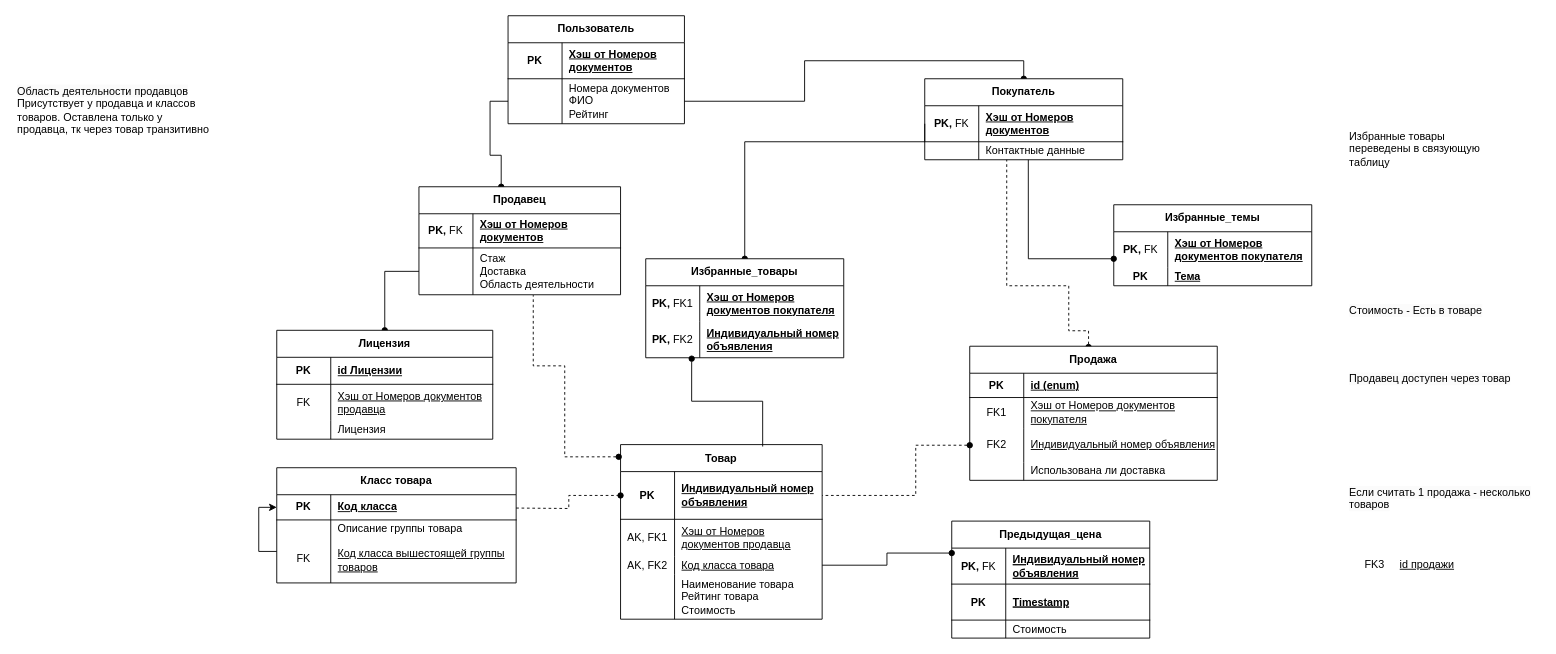
Above: page "Страница — 3" (3 of 3) of Диаграмма без названия.drawio in Djuckman/Compilers2 (draw.io), before the change. Source tidied: cells renumbered, new cells numbered last; positions are measured from the earlier drawing's top-left corner, leaving out a move shared by most shapes. Both pictures are drawn from the tidied source at 90%, with x=0, y=0 at pixel (15, 15).
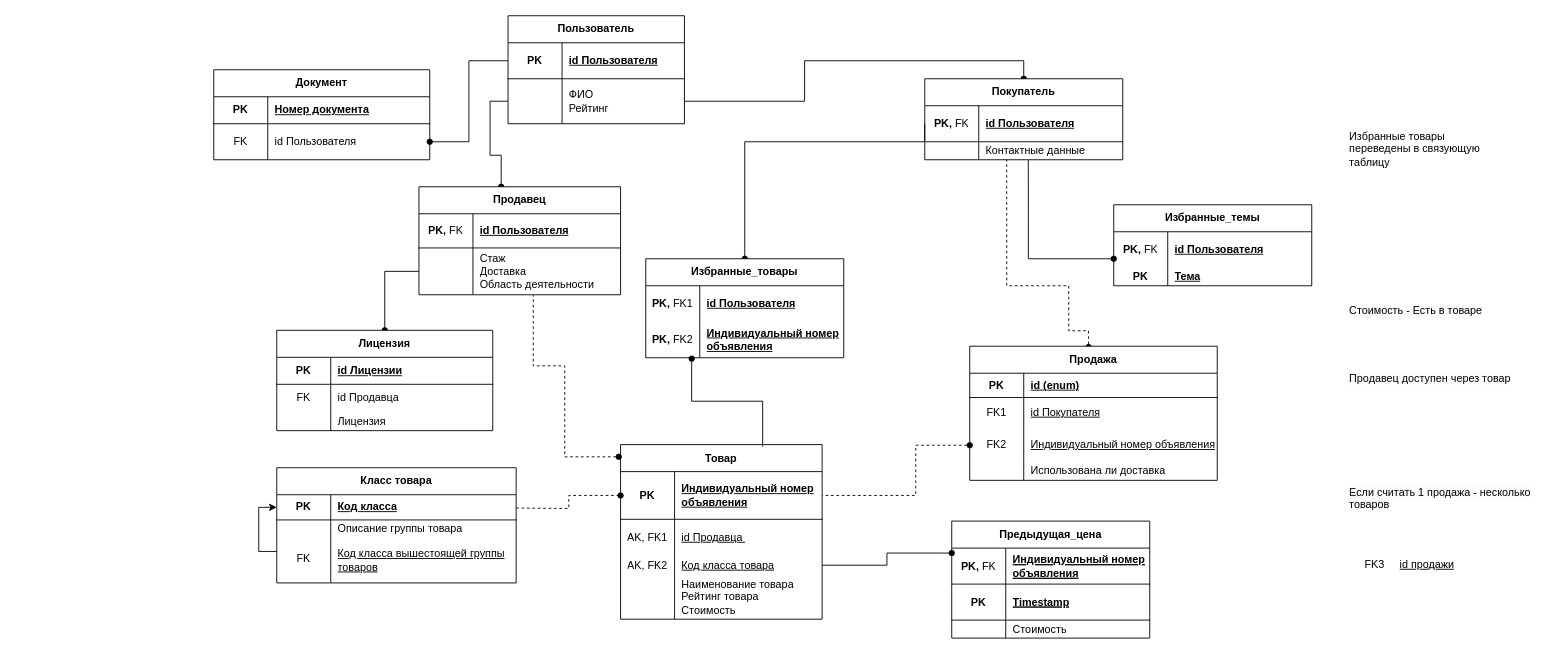
The same page after the edit.

The change refers to these unchanged cells:
```xml
<mxCell id="3" style="shape=tableRow;horizontal=0;startSize=0;swimlaneHead=0;swimlaneBody=0;fillColor=none;points=[[0,0.5],[1,0.5]];portConstraint=eastwest;top=0;left=0;right=0;bottom=1;html=1;" parent="2" vertex="1">
  <mxGeometry y="30" width="196" height="40" as="geometry" />
</mxCell>
<mxCell id="6" style="shape=tableRow;horizontal=0;startSize=0;swimlaneHead=0;swimlaneBody=0;fillColor=none;points=[[0,0.5],[1,0.5]];portConstraint=eastwest;top=0;left=0;right=0;bottom=0;html=1;" parent="2" vertex="1">
  <mxGeometry y="70" width="196" height="50" as="geometry" />
</mxCell>
<mxCell id="19" style="shape=tableRow;horizontal=0;startSize=0;swimlaneHead=0;swimlaneBody=0;fillColor=none;top=0;left=0;right=0;bottom=0;html=1;" parent="15" vertex="1">
  <mxGeometry y="83" width="224" height="41" as="geometry" />
</mxCell>
<mxCell id="38" style="shape=tableRow;horizontal=0;startSize=0;swimlaneHead=0;swimlaneBody=0;fillColor=none;top=0;left=0;right=0;bottom=1;html=1;" parent="37" vertex="1">
  <mxGeometry y="30" width="224" height="38" as="geometry" />
</mxCell>
<mxCell id="45" style="shape=tableRow;horizontal=0;startSize=0;swimlaneHead=0;swimlaneBody=0;fillColor=none;points=[[0,0.5],[1,0.5]];portConstraint=eastwest;top=0;left=0;right=0;bottom=1;html=1;" parent="44" vertex="1">
  <mxGeometry y="30" width="220" height="40" as="geometry" />
</mxCell>
<mxCell id="56" style="shape=tableRow;horizontal=0;startSize=0;swimlaneHead=0;swimlaneBody=0;fillColor=none;top=0;left=0;right=0;bottom=0;html=1;" parent="52" vertex="1">
  <mxGeometry y="57" width="275" height="34" as="geometry" />
</mxCell>
<mxCell id="69" style="shape=tableRow;horizontal=0;startSize=0;swimlaneHead=0;swimlaneBody=0;fillColor=none;top=0;left=0;right=0;bottom=0;html=1;" parent="68" vertex="1">
  <mxGeometry y="30" width="220" height="40" as="geometry" />
</mxCell>
<mxCell id="78" style="shape=tableRow;horizontal=0;startSize=0;swimlaneHead=0;swimlaneBody=0;fillColor=none;top=0;left=0;right=0;bottom=0;html=1;" parent="77" vertex="1">
  <mxGeometry y="30" width="220" height="40" as="geometry" />
</mxCell>
```

The edit, as a diff of the source:
```diff
@@
-    <mxCell id="5" value="Хэш от Номеров документов" style="shape=partialRectangle;fillColor=none;top=0;left=0;bottom=0;right=0;align=left;spacingLeft=6;fontStyle=5;overflow=hidden;html=1;whiteSpace=wrap;" parent="3" vertex="1">
+    <mxCell id="5" value="id Пользователя" style="shape=partialRectangle;fillColor=none;top=0;left=0;bottom=0;right=0;align=left;spacingLeft=6;fontStyle=5;overflow=hidden;html=1;whiteSpace=wrap;" parent="3" vertex="1">
       <mxGeometry x="60" width="136" height="40" as="geometry" />
     </mxCell>
@@
-    <mxCell id="8" value="&lt;div&gt;Номера документов&lt;/div&gt;&lt;div&gt;ФИО&lt;/div&gt;Рейтинг" style="shape=partialRectangle;fillColor=none;top=0;left=0;bottom=0;right=0;align=left;spacingLeft=6;overflow=hidden;html=1;whiteSpace=wrap;" parent="6" vertex="1">
+    <mxCell id="8" value="&lt;div&gt;&lt;span style=&quot;background-color: initial;&quot;&gt;ФИО&lt;/span&gt;&lt;br&gt;&lt;/div&gt;Рейтинг" style="shape=partialRectangle;fillColor=none;top=0;left=0;bottom=0;right=0;align=left;spacingLeft=6;overflow=hidden;html=1;whiteSpace=wrap;" parent="6" vertex="1">
       <mxGeometry x="60" width="136" height="50" as="geometry" />
     </mxCell>
@@
-    <mxCell id="21" value="&lt;span style=&quot;text-decoration-line: underline;&quot;&gt;Хэш от Номеров документов продавца&lt;/span&gt;" style="shape=partialRectangle;fillColor=none;top=0;left=0;bottom=0;right=0;align=left;spacingLeft=6;overflow=hidden;html=1;whiteSpace=wrap;" parent="19" vertex="1">
+    <mxCell id="21" value="&lt;u&gt;id Продавца&amp;nbsp;&lt;/u&gt;" style="shape=partialRectangle;fillColor=none;top=0;left=0;bottom=0;right=0;align=left;spacingLeft=6;overflow=hidden;html=1;whiteSpace=wrap;" parent="19" vertex="1">
       <mxGeometry x="60" width="164" height="41" as="geometry" />
     </mxCell>
@@
-    <mxCell id="40" value="Хэш от Номеров документов" style="shape=partialRectangle;fillColor=none;top=0;left=0;bottom=0;right=0;align=left;spacingLeft=6;fontStyle=5;overflow=hidden;html=1;whiteSpace=wrap;" parent="38" vertex="1">
+    <mxCell id="40" value="id Пользователя" style="shape=partialRectangle;fillColor=none;top=0;left=0;bottom=0;right=0;align=left;spacingLeft=6;fontStyle=5;overflow=hidden;html=1;whiteSpace=wrap;" parent="38" vertex="1">
       <mxGeometry x="60" width="164" height="38" as="geometry" />
     </mxCell>
@@
-    <mxCell id="47" value="Хэш от Номеров документов" style="shape=partialRectangle;fillColor=none;top=0;left=0;bottom=0;right=0;align=left;spacingLeft=6;fontStyle=5;overflow=hidden;html=1;whiteSpace=wrap;" parent="45" vertex="1">
+    <mxCell id="47" value="id Пользователя" style="shape=partialRectangle;fillColor=none;top=0;left=0;bottom=0;right=0;align=left;spacingLeft=6;fontStyle=5;overflow=hidden;html=1;whiteSpace=wrap;" parent="45" vertex="1">
       <mxGeometry x="60" width="160" height="40" as="geometry" />
     </mxCell>
@@
-    <mxCell id="58" value="&lt;span style=&quot;text-decoration-line: underline;&quot;&gt;Хэш от Номеров документов покупателя&lt;/span&gt;" style="shape=partialRectangle;fillColor=none;top=0;left=0;bottom=0;right=0;align=left;spacingLeft=6;overflow=hidden;html=1;whiteSpace=wrap;" parent="56" vertex="1">
+    <mxCell id="58" value="&lt;u&gt;id Покупателя&lt;/u&gt;" style="shape=partialRectangle;fillColor=none;top=0;left=0;bottom=0;right=0;align=left;spacingLeft=6;overflow=hidden;html=1;whiteSpace=wrap;" parent="56" vertex="1">
       <mxGeometry x="60" width="215" height="34" as="geometry" />
     </mxCell>
@@
-    <mxCell id="71" value="&lt;div&gt;&lt;span style=&quot;text-decoration-line: underline;&quot;&gt;&lt;b&gt;Хэш от Номеров документов покупателя&lt;/b&gt;&lt;/span&gt;&lt;br&gt;&lt;/div&gt;&lt;div&gt;&lt;/div&gt;" style="shape=partialRectangle;fillColor=none;top=0;left=0;bottom=0;right=0;align=left;spacingLeft=6;overflow=hidden;html=1;whiteSpace=wrap;" parent="69" vertex="1">
+    <mxCell id="71" value="&lt;div&gt;&lt;span style=&quot;font-weight: 700; text-decoration-line: underline;&quot;&gt;id Пользователя&lt;/span&gt;&lt;br&gt;&lt;/div&gt;&lt;div&gt;&lt;/div&gt;" style="shape=partialRectangle;fillColor=none;top=0;left=0;bottom=0;right=0;align=left;spacingLeft=6;overflow=hidden;html=1;whiteSpace=wrap;" parent="69" vertex="1">
       <mxGeometry x="60" width="160" height="40" as="geometry" />
     </mxCell>
@@
-    <mxCell id="80" value="&lt;div&gt;&lt;span style=&quot;text-decoration-line: underline;&quot;&gt;&lt;b&gt;Хэш от Номеров документов покупателя&lt;/b&gt;&lt;/span&gt;&lt;br&gt;&lt;/div&gt;&lt;div&gt;&lt;/div&gt;" style="shape=partialRectangle;fillColor=none;top=0;left=0;bottom=0;right=0;align=left;spacingLeft=6;overflow=hidden;html=1;whiteSpace=wrap;" parent="78" vertex="1">
+    <mxCell id="80" value="&lt;div&gt;&lt;span style=&quot;font-weight: 700; text-decoration-line: underline;&quot;&gt;id Пользователя&lt;/span&gt;&lt;br&gt;&lt;/div&gt;&lt;div&gt;&lt;/div&gt;" style="shape=partialRectangle;fillColor=none;top=0;left=0;bottom=0;right=0;align=left;spacingLeft=6;overflow=hidden;html=1;whiteSpace=wrap;" parent="78" vertex="1">
       <mxGeometry x="60" width="160" height="40" as="geometry" />
     </mxCell>
@@
-    <mxCell id="97" value="&lt;span style=&quot;color: rgb(0, 0, 0); font-family: Helvetica; font-size: 12px; font-style: normal; font-variant-ligatures: normal; font-variant-caps: normal; font-weight: 400; letter-spacing: normal; orphans: 2; text-align: left; text-indent: 0px; text-transform: none; widows: 2; word-spacing: 0px; -webkit-text-stroke-width: 0px; white-space: normal; background-color: rgb(251, 251, 251); text-decoration-thickness: initial; text-decoration-style: initial; text-decoration-color: initial; display: inline !important; float: none;&quot;&gt;Область деятельности продавцов&lt;/span&gt;&lt;div&gt;Присутствует у продавца и классов товаров. Оставлена только у продавца, тк через товар транзитивно&lt;/div&gt;" style="text;whiteSpace=wrap;html=1;" parent="1" vertex="1">
-      <mxGeometry y="70" width="220" height="70" as="geometry" />
-    </mxCell>
@@
     <mxCell id="103" value="Лицензия" style="shape=table;startSize=30;childLayout=tableLayout;rowLines=0;fontStyle=1;align=center;html=1;whiteSpace=wrap;" parent="1" vertex="1">
-      <mxGeometry x="290" y="349.5" width="240" height="121" as="geometry" />
+      <mxGeometry x="290" y="349.5" width="240" height="111.5" as="geometry" />
     </mxCell>
@@
     <mxCell id="107" style="shape=tableRow;horizontal=0;startSize=0;swimlaneHead=0;swimlaneBody=0;fillColor=none;top=0;left=0;right=0;bottom=0;html=1;" parent="103" vertex="1">
-      <mxGeometry y="60" width="240" height="40" as="geometry" />
+      <mxGeometry y="60" width="240" height="31" as="geometry" />
     </mxCell>
     <mxCell id="108" value="FK" style="shape=partialRectangle;fillColor=none;top=0;left=0;bottom=0;right=0;overflow=hidden;html=1;whiteSpace=wrap;" parent="107" vertex="1">
-      <mxGeometry width="60" height="40" as="geometry" />
+      <mxGeometry width="60" height="31" as="geometry" />
     </mxCell>
-    <mxCell id="109" value="&lt;span style=&quot;text-decoration-line: underline;&quot;&gt;Хэш от Номеров документов продавца&lt;/span&gt;&lt;br&gt;&lt;div&gt;&lt;/div&gt;" style="shape=partialRectangle;fillColor=none;top=0;left=0;bottom=0;right=0;align=left;spacingLeft=6;overflow=hidden;html=1;whiteSpace=wrap;" parent="107" vertex="1">
-      <mxGeometry x="60" width="180" height="40" as="geometry" />
+    <mxCell id="109" value="id Продавца&amp;nbsp;&lt;br&gt;&lt;div&gt;&lt;/div&gt;" style="shape=partialRectangle;fillColor=none;top=0;left=0;bottom=0;right=0;align=left;spacingLeft=6;overflow=hidden;html=1;whiteSpace=wrap;" parent="107" vertex="1">
+      <mxGeometry x="60" width="180" height="31" as="geometry" />
     </mxCell>
     <mxCell id="110" style="shape=tableRow;horizontal=0;startSize=0;swimlaneHead=0;swimlaneBody=0;fillColor=none;top=0;left=0;right=0;bottom=0;html=1;" parent="103" vertex="1">
-      <mxGeometry y="100" width="240" height="21" as="geometry" />
+      <mxGeometry y="91" width="240" height="21" as="geometry" />
     </mxCell>
@@
+    <mxCell id="113" value="Документ" style="shape=table;startSize=30;childLayout=tableLayout;rowLines=0;fontStyle=1;align=center;html=1;whiteSpace=wrap;" parent="1" vertex="1">
+      <mxGeometry x="220" y="60" width="240" height="100" as="geometry" />
+    </mxCell>
+    <mxCell id="114" style="shape=tableRow;horizontal=0;startSize=0;swimlaneHead=0;swimlaneBody=0;fillColor=none;top=0;left=0;right=0;bottom=1;html=1;" parent="113" vertex="1">
+      <mxGeometry y="30" width="240" height="30" as="geometry" />
+    </mxCell>
+    <mxCell id="115" value="PK" style="shape=partialRectangle;fillColor=none;top=0;left=0;bottom=0;right=0;fontStyle=1;overflow=hidden;html=1;whiteSpace=wrap;" parent="114" vertex="1">
+      <mxGeometry width="60" height="30" as="geometry" />
+    </mxCell>
+    <mxCell id="116" value="Номер документа" style="shape=partialRectangle;fillColor=none;top=0;left=0;bottom=0;right=0;align=left;spacingLeft=6;fontStyle=5;overflow=hidden;html=1;whiteSpace=wrap;" parent="114" vertex="1">
+      <mxGeometry x="60" width="180" height="30" as="geometry" />
+    </mxCell>
+    <mxCell id="117" style="shape=tableRow;horizontal=0;startSize=0;swimlaneHead=0;swimlaneBody=0;fillColor=none;points=[[0,0.5],[1,0.5]];portConstraint=eastwest;top=0;left=0;right=0;bottom=0;html=1;" parent="113" vertex="1">
+      <mxGeometry y="60" width="240" height="40" as="geometry" />
+    </mxCell>
+    <mxCell id="118" value="FK" style="shape=partialRectangle;fillColor=none;top=0;left=0;bottom=0;right=0;overflow=hidden;html=1;whiteSpace=wrap;" parent="117" vertex="1">
+      <mxGeometry width="60" height="40" as="geometry" />
+    </mxCell>
+    <mxCell id="119" value="id Пользователя&lt;br&gt;&lt;div&gt;&lt;/div&gt;" style="shape=partialRectangle;fillColor=none;top=0;left=0;bottom=0;right=0;align=left;spacingLeft=6;overflow=hidden;html=1;whiteSpace=wrap;" parent="117" vertex="1">
+      <mxGeometry x="60" width="180" height="40" as="geometry" />
+    </mxCell>
+    <mxCell id="120" style="edgeStyle=orthogonalEdgeStyle;rounded=0;jettySize=auto;html=1;exitX=1;exitY=0.5;exitDx=0;exitDy=0;entryX=0;entryY=0.5;entryDx=0;entryDy=0;endArrow=none;endFill=0;startArrow=oval;startFill=1;" parent="1" edge="1" source="117" target="3">
+      <mxGeometry relative="1" as="geometry" />
+    </mxCell>
```
